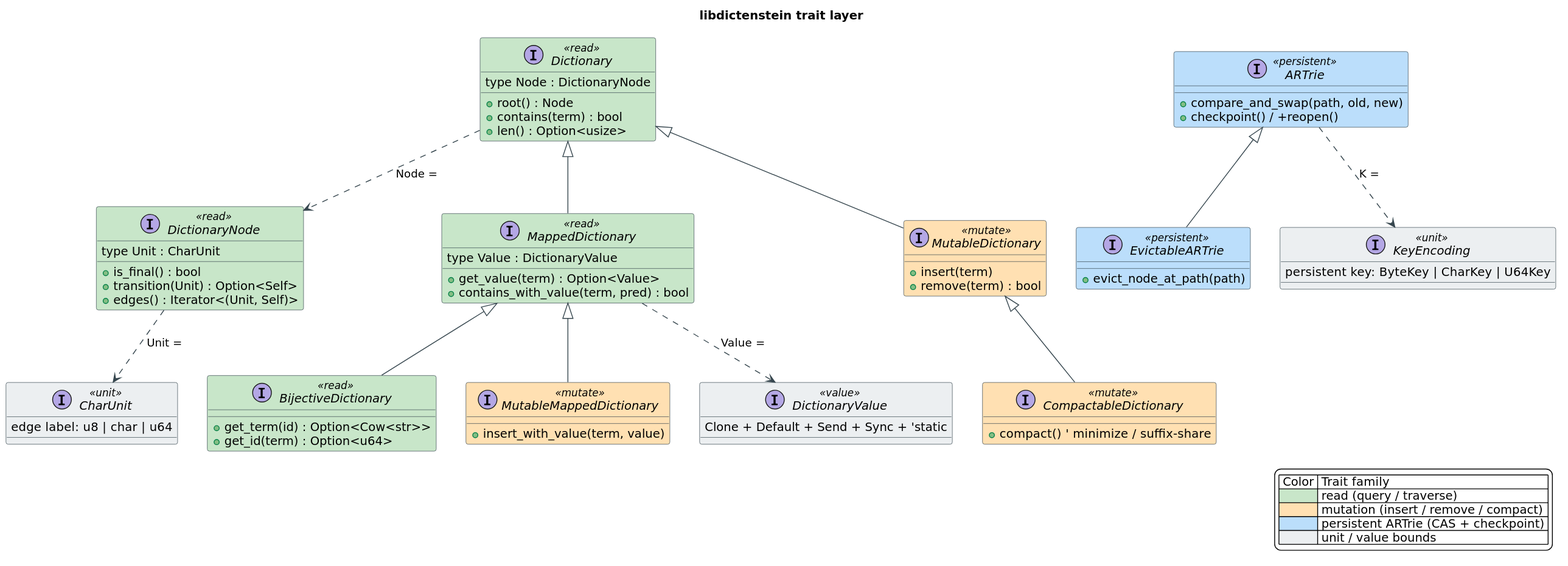
Above: docs/diagrams/traits.svg in vinary-tree/libdictenstein (PlantUML), before the change. Its source is kept beside it as docs/diagrams/src/traits.puml.
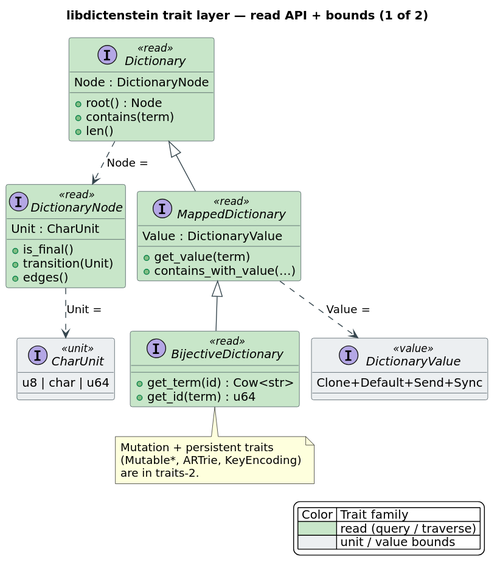
Later version of the same file.

Change to the diagram source:
```diff
@@ -2,81 +2,58 @@
 skinparam backgroundColor #FFFFFF
 skinparam defaultFontName "DejaVu Sans"
 skinparam shadowing false
+skinparam nodesep 14
+skinparam ranksep 34
 skinparam ArrowColor #37474F
 skinparam classBorderColor #37474F
 skinparam classFontStyle bold
 skinparam classAttributeFontStyle plain
 
-title libdictenstein trait layer
+title libdictenstein trait layer — read API + bounds (1 of 2)
 
 interface Dictionary <<read>> #C8E6C9 {
-  type Node : DictionaryNode
+  Node : DictionaryNode
   +root() : Node
-  +contains(term) : bool
-  +len() : Option<usize>
+  +contains(term)
+  +len()
 }
 interface DictionaryNode <<read>> #C8E6C9 {
-  type Unit : CharUnit
-  +is_final() : bool
-  +transition(Unit) : Option<Self>
-  +edges() : Iterator<(Unit, Self)>
+  Unit : CharUnit
+  +is_final()
+  +transition(Unit)
+  +edges()
 }
 interface MappedDictionary <<read>> #C8E6C9 {
-  type Value : DictionaryValue
-  +get_value(term) : Option<Value>
-  +contains_with_value(term, pred) : bool
+  Value : DictionaryValue
+  +get_value(term)
+  +contains_with_value(…)
 }
 interface BijectiveDictionary <<read>> #C8E6C9 {
-  +get_term(id) : Option<Cow<str>>
-  +get_id(term) : Option<u64>
+  +get_term(id) : Cow<str>
+  +get_id(term) : u64
 }
-
-interface MutableDictionary <<mutate>> #FFE0B2 {
-  +insert(term)
-  +remove(term) : bool
-}
-interface MutableMappedDictionary <<mutate>> #FFE0B2 {
-  +insert_with_value(term, value)
-}
-interface CompactableDictionary <<mutate>> #FFE0B2 {
-  +compact()  ' minimize / suffix-share
-}
-
-interface ARTrie <<persistent>> #BBDEFB {
-  +compare_and_swap(path, old, new)
-  +checkpoint() / +reopen()
-}
-interface EvictableARTrie <<persistent>> #BBDEFB {
-  +evict_node_at_path(path)
-}
-
 interface CharUnit <<unit>> #ECEFF1 {
-  edge label:  u8 | char | u64
-}
-interface KeyEncoding <<unit>> #ECEFF1 {
-  persistent key:  ByteKey | CharKey | U64Key
+  u8 | char | u64
 }
 interface DictionaryValue <<value>> #ECEFF1 {
-  Clone + Default + Send + Sync + 'static
+  Clone+Default+Send+Sync
 }
 
 Dictionary <|-- MappedDictionary
-Dictionary <|-- MutableDictionary
 MappedDictionary <|-- BijectiveDictionary
-MappedDictionary <|-- MutableMappedDictionary
-MutableDictionary <|-- CompactableDictionary
-ARTrie <|-- EvictableARTrie
-
 Dictionary ..> DictionaryNode : "Node ="
 DictionaryNode ..> CharUnit : "Unit ="
 MappedDictionary ..> DictionaryValue : "Value ="
-ARTrie ..> KeyEncoding : "K ="
+
+note bottom of BijectiveDictionary
+  Mutation + persistent traits
+  (Mutable*, ARTrie, KeyEncoding)
+  are in traits-2.
+end note
 
 legend right
 | Color | Trait family |
 |<#C8E6C9>| read (query / traverse) |
-|<#FFE0B2>| mutation (insert / remove / compact) |
-|<#BBDEFB>| persistent ARTrie (CAS + checkpoint) |
 |<#ECEFF1>| unit / value bounds |
 endlegend
 @enduml
```
